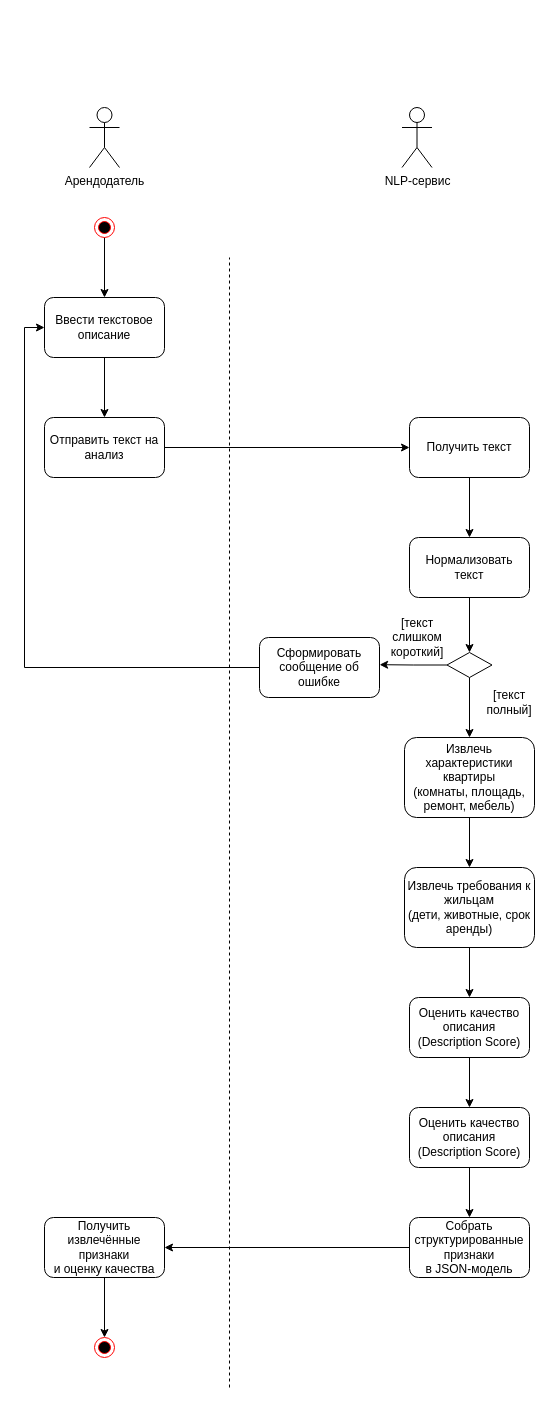
Earlier version of the draw.io diagram src/diagrams/UML - activity/activity_F1.drawio (HeadMaxResh/system-engineering-playbook). Source tidied: cells renumbered, new cells numbered last; positions are measured from the earlier drawing's top-left corner, leaving out a move shared by most shapes. Both pictures are drawn from the tidied source at 100%, with x=0, y=0 at pixel (44, 107).
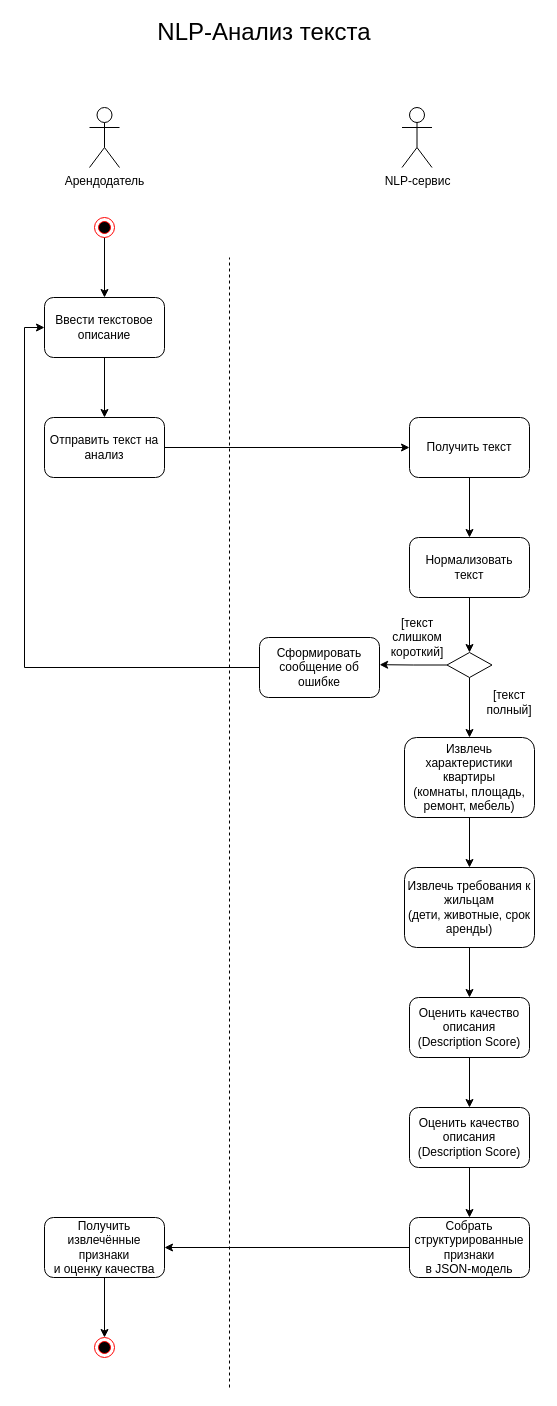
Above is the later version.

Change to the diagram source:
```diff
@@
+    <mxCell id="35" value="&lt;font style=&quot;font-size: 24px;&quot;&gt;NLP-Анализ текста&lt;/font&gt;" style="text;html=1;whiteSpace=wrap;strokeColor=none;fillColor=none;align=center;verticalAlign=middle;rounded=0;" parent="1" vertex="1">
+      <mxGeometry x="105" y="-90" width="230" height="30" as="geometry" />
+    </mxCell>
```
